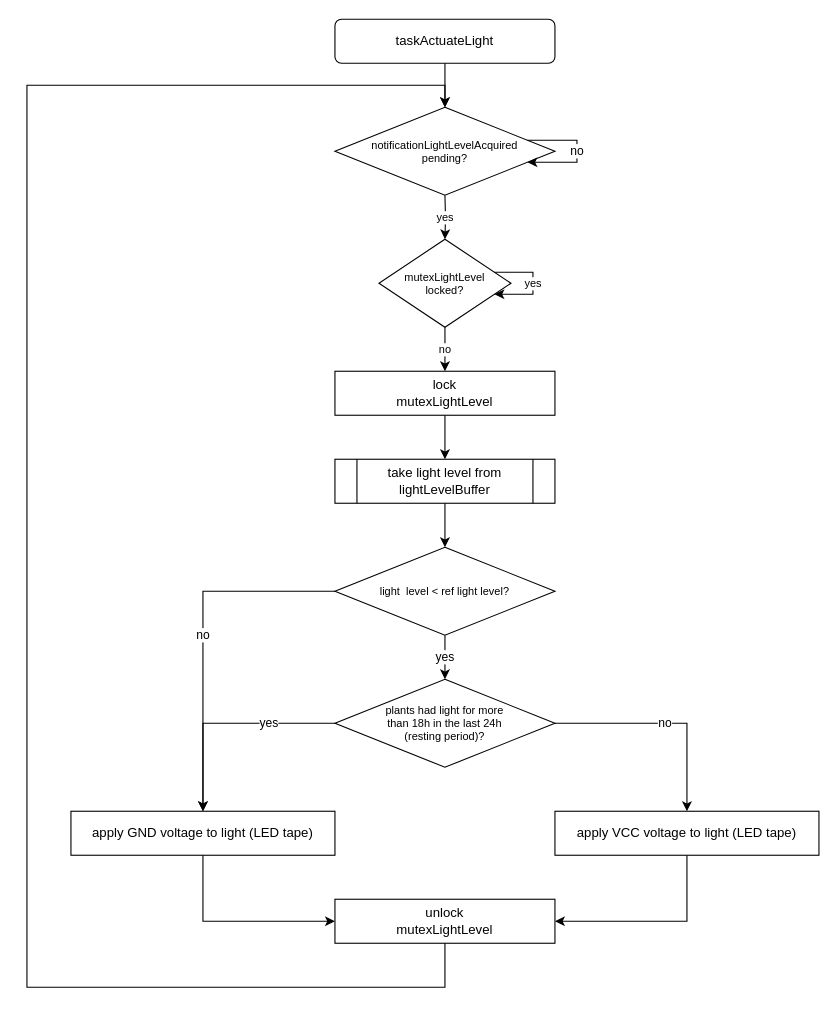
Before: Diagrams/taskActuateLight.drawio in rafaelandrepedro/embebidos2122, a draw.io diagram. Source tidied: cells renumbered, new cells numbered last; positions are measured from the earlier drawing's top-left corner, leaving out a move shared by most shapes. Both pictures are drawn from the tidied source at 110%, with x=0, y=0 at pixel (26, 19).
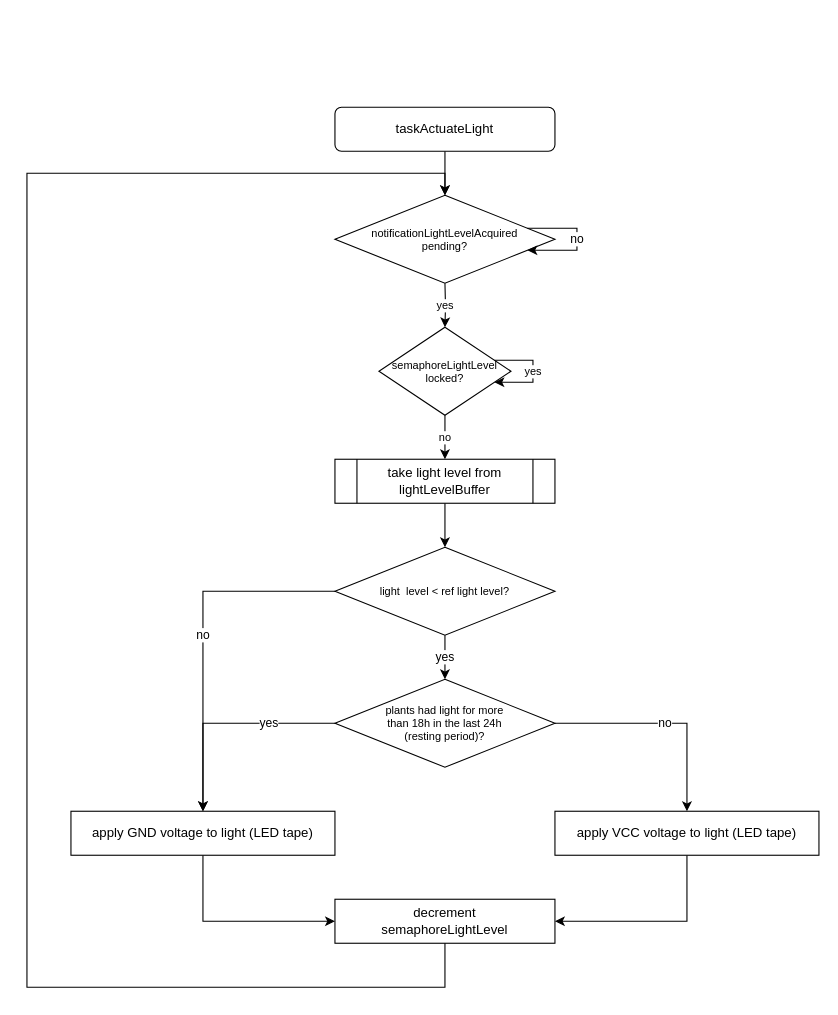
The same page after the edit.

Change to the diagram source:
```diff
@@
     <mxCell id="2" style="edgeStyle=orthogonalEdgeStyle;rounded=0;jettySize=auto;html=1;fontSize=10;" parent="1" edge="1" source="3">
       <mxGeometry relative="1" as="geometry">
-        <mxPoint x="380" y="80" as="targetPoint" />
+        <mxPoint x="380" y="160" as="targetPoint" />
       </mxGeometry>
     </mxCell>
     <mxCell id="3" value="taskActuateLight" style="rounded=1;whiteSpace=wrap;html=1;" parent="1" vertex="1">
-      <mxGeometry x="280" width="200" height="40" as="geometry" />
+      <mxGeometry x="280" y="80" width="200" height="40" as="geometry" />
     </mxCell>
     <mxCell id="4" value="yes" style="edgeStyle=orthogonalEdgeStyle;rounded=0;jettySize=auto;html=1;fontSize=10;" parent="1" edge="1" target="8">
       <mxGeometry relative="1" as="geometry">
-        <mxPoint x="380" y="160" as="sourcePoint" />
+        <mxPoint x="380" y="240" as="sourcePoint" />
       </mxGeometry>
     </mxCell>
-    <mxCell id="5" style="edgeStyle=orthogonalEdgeStyle;rounded=0;jettySize=auto;html=1;" parent="1" edge="1" source="6">
-      <mxGeometry relative="1" as="geometry">
-        <mxPoint x="380" y="400" as="targetPoint" />
-      </mxGeometry>
-    </mxCell>
-    <mxCell id="6" value="lock&lt;br&gt;mutexLightLevel" style="rounded=0;whiteSpace=wrap;html=1;" parent="1" vertex="1">
-      <mxGeometry x="280" y="320" width="200" height="40" as="geometry" />
-    </mxCell>
-    <mxCell id="7" value="no" style="edgeStyle=orthogonalEdgeStyle;rounded=0;jettySize=auto;html=1;fontSize=10;" parent="1" edge="1" source="8" target="6">
-      <mxGeometry relative="1" as="geometry" />
+    <mxCell id="7" value="no" style="edgeStyle=orthogonalEdgeStyle;rounded=0;jettySize=auto;html=1;fontSize=10;" parent="1" edge="1" source="8">
+      <mxGeometry relative="1" as="geometry">
+        <mxPoint x="380" y="400" as="targetPoint" />
+      </mxGeometry>
     </mxCell>
-    <mxCell id="8" value="&lt;span style=&quot;font-size: 10px&quot;&gt;mutexLightLevel&lt;br style=&quot;font-size: 10px&quot;&gt;locked?&lt;br style=&quot;font-size: 10px&quot;&gt;&lt;/span&gt;" style="rhombus;whiteSpace=wrap;html=1;fontSize=10;" parent="1" vertex="1">
-      <mxGeometry x="320" y="200" width="120" height="80" as="geometry" />
+    <mxCell id="8" value="semaphoreLightLevel&lt;br style=&quot;font-size: 10px&quot;&gt;locked?" style="rhombus;whiteSpace=wrap;html=1;fontSize=10;" parent="1" vertex="1">
+      <mxGeometry x="320" y="280" width="120" height="80" as="geometry" />
     </mxCell>
-    <mxCell id="9" value="unlock&lt;br&gt;mutexLightLevel" style="rounded=0;whiteSpace=wrap;html=1;" parent="1" vertex="1">
+    <mxCell id="9" value="decrement&lt;br&gt;semaphoreLightLevel" style="rounded=0;whiteSpace=wrap;html=1;" parent="1" vertex="1">
       <mxGeometry x="280" y="800" width="200" height="40" as="geometry" />
     </mxCell>
     <mxCell id="10" style="edgeStyle=orthogonalEdgeStyle;rounded=0;jettySize=auto;html=1;entryX=0.5;entryY=0;entryDx=0;entryDy=0;fontSize=10;exitX=0.5;exitY=1;exitDx=0;exitDy=0;" parent="1" edge="1" source="9">
       <mxGeometry relative="1" as="geometry">
-        <mxPoint x="380" y="80" as="targetPoint" />
+        <mxPoint x="380" y="160" as="targetPoint" />
         <Array as="points">
           <mxPoint x="380" y="880" />
           <mxPoint y="880" />
-          <mxPoint y="60" />
-          <mxPoint x="380" y="60" />
+          <mxPoint y="140" />
+          <mxPoint x="380" y="140" />
         </Array>
       </mxGeometry>
     </mxCell>
@@
     <mxCell id="12" value="notificationLightLevelAcquired&lt;br&gt;pending?" style="rhombus;whiteSpace=wrap;html=1;fontSize=10;" parent="1" vertex="1">
-      <mxGeometry x="280" y="80" width="200" height="80" as="geometry" />
+      <mxGeometry x="280" y="160" width="200" height="80" as="geometry" />
     </mxCell>
```
